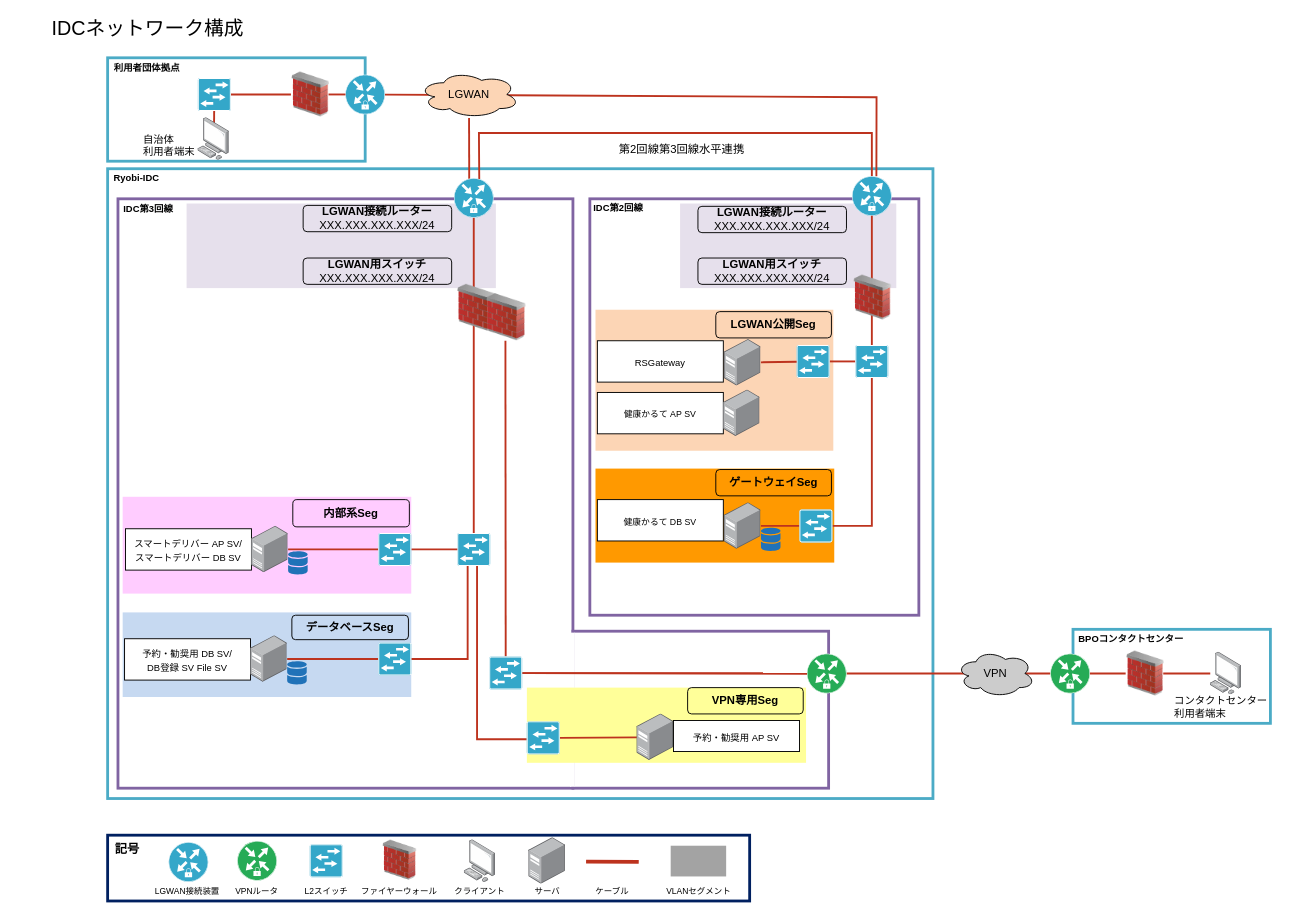
cloud-kenko-ryobi/drawio keeps this draw.io diagram as lgwan-asp.drawio. Above is the earlier version. Source tidied: cells renumbered, new cells numbered last; positions are measured from the earlier drawing's top-left corner, leaving out a move shared by most shapes. Both pictures are drawn from the tidied source at 94%, with x=0, y=0 at pixel (49, 20).
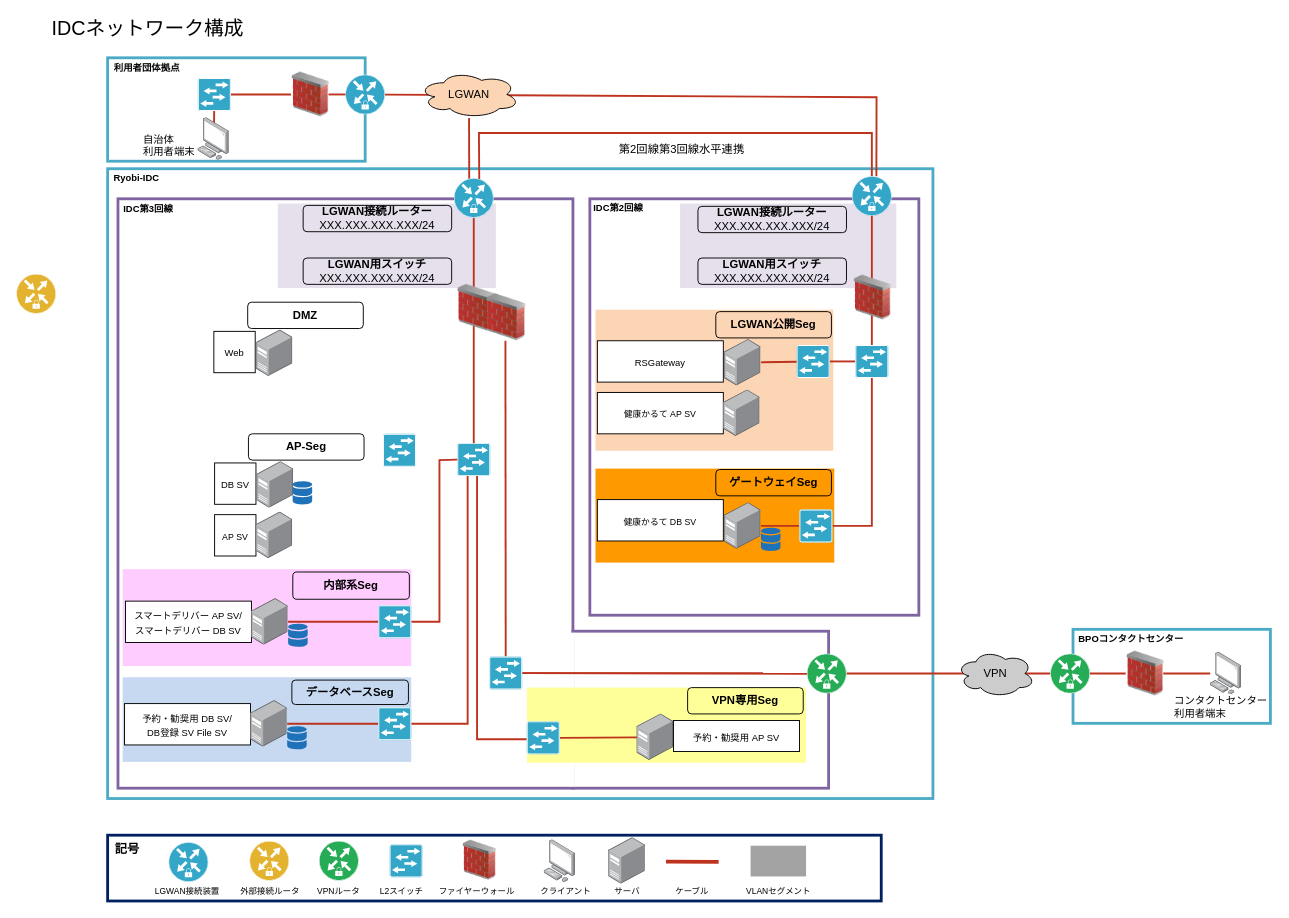
The same diagram, later.

Commit message:
add DMZ AP-Seg

Unchanged cells that the change refers to:
```xml
<mxCell id="4" style="group;" parent="2" vertex="1">
  <mxGeometry width="756" height="627" as="geometry" />
</mxCell>
```

The edit, as a diff of the source:
```diff
@@
     <mxCell id="8" style="rounded=0;whiteSpace=wrap;html=1;strokeColor=none;fillColor=#e6e0ec;" parent="4" vertex="1">
-      <mxGeometry x="73" y="5" width="329" height="90" as="geometry" />
+      <mxGeometry x="170" y="5" width="232" height="90" as="geometry" />
     </mxCell>
+    <mxCell id="118" value="&lt;b&gt;AP-Seg&lt;/b&gt;" style="rounded=1;whiteSpace=wrap;html=1;strokeWidth=1;fillColor=none;" parent="4" vertex="1">
+      <mxGeometry x="138.8" y="250" width="123" height="28" as="geometry" />
+    </mxCell>
+    <mxCell id="119" value="&lt;p style=&quot;line-height: normal ; margin: 0pt 0in ; text-indent: 0in ; direction: ltr ; unicode-bidi: embed ; word-break: normal&quot;&gt;&lt;span style=&quot;font-size: 7pt&quot;&gt;AP&lt;/span&gt;&lt;span style=&quot;font-size: 7pt&quot;&gt;&amp;nbsp;SV&lt;/span&gt;&lt;/p&gt;" style="rounded=0;whiteSpace=wrap;html=1;strokeColor=#000000;strokeWidth=1;fillColor=#FFFFFF;" parent="4" vertex="1">
+      <mxGeometry x="102.8" y="336" width="44" height="44" as="geometry" />
+    </mxCell>
+    <mxCell id="120" value="&lt;p style=&quot;line-height: normal ; margin: 0pt 0in ; text-indent: 0in ; direction: ltr ; unicode-bidi: embed ; word-break: normal&quot;&gt;&lt;font size=&quot;1&quot;&gt;DB SV&lt;/font&gt;&lt;/p&gt;" style="rounded=0;whiteSpace=wrap;html=1;strokeColor=#000000;strokeWidth=1;fillColor=#FFFFFF;" parent="4" vertex="1">
+      <mxGeometry x="102.8" y="281" width="44" height="44" as="geometry" />
+    </mxCell>
+    <mxCell id="121" style="html=1;align=center;shadow=0;dashed=0;image;image=img/lib/allied_telesis/computer_and_terminals/Server_Desktop.svg;strokeColor=#FFFFFF;strokeWidth=1;fillColor=#34A7C9;gradientColor=none;" parent="4" vertex="1">
+      <mxGeometry x="146.8" y="333.3" width="39" height="49.4" as="geometry" />
+    </mxCell>
+    <mxCell id="122" style="html=1;align=center;shadow=0;dashed=0;image;image=img/lib/allied_telesis/computer_and_terminals/Server_Desktop.svg;strokeColor=#FFFFFF;strokeWidth=1;fillColor=#34A7C9;gradientColor=none;" parent="4" vertex="1">
+      <mxGeometry x="147.8" y="279.6" width="39" height="49.4" as="geometry" />
+    </mxCell>
+    <mxCell id="123" style="shadow=0;dashed=0;html=1;strokeColor=none;labelPosition=center;verticalLabelPosition=bottom;verticalAlign=top;align=center;shape=mxgraph.office.databases.database_mini_2;fillColor=#2072B8;" parent="4" vertex="1">
+      <mxGeometry x="185.8" y="300.5" width="20.8" height="25" as="geometry" />
+    </mxCell>
+    <mxCell id="58" style="points=[[0.015,0.015,0],[0.985,0.015,0],[0.985,0.985,0],[0.015,0.985,0],[0.25,0,0],[0.5,0,0],[0.75,0,0],[1,0.25,0],[1,0.5,0],[1,0.75,0],[0.75,1,0],[0.5,1,0],[0.25,1,0],[0,0.75,0],[0,0.5,0],[0,0.25,0]];verticalLabelPosition=bottom;html=1;verticalAlign=top;align=center;shape=mxgraph.cisco19.rect;prIcon=l2_switch;strokeColor=#FFFFFF;fillColor=#34A7C9;" parent="4" vertex="1">
+      <mxGeometry x="361" y="260" width="35" height="35" as="geometry" />
+    </mxCell>
+    <mxCell id="124" style="verticalLabelPosition=bottom;html=1;verticalAlign=top;align=center;shape=mxgraph.cisco19.rect;prIcon=l2_switch;strokeColor=#FFFFFF;fillColor=#34A7C9;" parent="4" vertex="1">
+      <mxGeometry x="282" y="250" width="35" height="35" as="geometry" />
+    </mxCell>
+    <mxCell id="125" value="&lt;b&gt;DMZ&lt;/b&gt;" style="rounded=1;whiteSpace=wrap;html=1;strokeWidth=1;fillColor=none;" parent="4" vertex="1">
+      <mxGeometry x="138" y="110" width="123" height="28" as="geometry" />
+    </mxCell>
+    <mxCell id="126" value="&lt;p style=&quot;line-height: normal ; margin: 0pt 0in ; text-indent: 0in ; direction: ltr ; unicode-bidi: embed ; word-break: normal&quot;&gt;&lt;font size=&quot;1&quot;&gt;Web&lt;/font&gt;&lt;/p&gt;" style="rounded=0;whiteSpace=wrap;html=1;strokeColor=#000000;strokeWidth=1;fillColor=#FFFFFF;" parent="4" vertex="1">
+      <mxGeometry x="102" y="141" width="44" height="44" as="geometry" />
+    </mxCell>
+    <mxCell id="127" style="html=1;align=center;shadow=0;dashed=0;image;image=img/lib/allied_telesis/computer_and_terminals/Server_Desktop.svg;strokeColor=#FFFFFF;strokeWidth=1;fillColor=#34A7C9;gradientColor=none;" parent="4" vertex="1">
+      <mxGeometry x="147" y="139.6" width="39" height="49.4" as="geometry" />
+    </mxCell>
@@
     <mxCell id="16" style="rounded=0;whiteSpace=wrap;html=1;fillColor=#FFCCFF;strokeColor=none;" parent="1" vertex="1">
-      <mxGeometry x="78" y="507" width="307" height="103" as="geometry" />
+      <mxGeometry x="78" y="584" width="307" height="103" as="geometry" />
     </mxCell>
     <mxCell id="17" style="rounded=0;whiteSpace=wrap;html=1;strokeColor=none;fillColor=#c6d9f1;" parent="1" vertex="1">
-      <mxGeometry x="78" y="630" width="307" height="90" as="geometry" />
+      <mxGeometry x="78" y="699" width="307" height="90" as="geometry" />
     </mxCell>
     <mxCell id="18" style="rounded=0;whiteSpace=wrap;html=1;strokeWidth=3;strokeColor=#002060;" parent="1" vertex="1">
-      <mxGeometry x="62" y="867" width="683" height="70" as="geometry" />
+      <mxGeometry x="62" y="867" width="823" height="70" as="geometry" />
     </mxCell>
+    <mxCell id="128" style="verticalLabelPosition=bottom;html=1;verticalAlign=top;align=center;shape=mxgraph.cisco19.rect;prIcon=secure_router;strokeColor=#FFFFFF;fillColor=#E3B330;" parent="1" vertex="1">
+      <mxGeometry x="213" y="873.3" width="42" height="42" as="geometry" />
+    </mxCell>
+    <mxCell id="129" value="&lt;font style=&quot;font-size: 9px&quot;&gt;外部接続ルータ&lt;/font&gt;" style="text;html=1;strokeColor=none;fillColor=none;align=center;verticalAlign=middle;whiteSpace=wrap;rounded=0;" parent="1" vertex="1">
+      <mxGeometry x="195.1" y="917.5" width="79.8" height="16" as="geometry" />
+    </mxCell>
+    <mxCell id="130" style="verticalLabelPosition=bottom;html=1;verticalAlign=top;align=center;shape=mxgraph.cisco19.rect;prIcon=secure_router;strokeColor=#FFFFFF;fillColor=#E3B330;" parent="1" vertex="1">
+      <mxGeometry x="-35" y="270" width="42" height="42" as="geometry" />
+    </mxCell>
@@
     <mxCell id="22" value="&lt;b&gt;内部系Seg&lt;/b&gt;" style="rounded=1;whiteSpace=wrap;html=1;strokeWidth=1;fillColor=none;" parent="19" vertex="1">
-      <mxGeometry x="259" y="510" width="124" height="29" as="geometry" />
+      <mxGeometry x="259" y="587" width="124" height="29" as="geometry" />
     </mxCell>
     <mxCell id="23" value="&lt;b&gt;データベースSeg&lt;/b&gt;" style="rounded=1;whiteSpace=wrap;html=1;strokeWidth=1;fillColor=none;" parent="19" vertex="1">
-      <mxGeometry x="258" y="633" width="124" height="26" as="geometry" />
+      <mxGeometry x="258" y="702" width="124" height="26" as="geometry" />
     </mxCell>
@@
     <mxCell id="33" value="&lt;p style=&quot;line-height: normal ; margin: 0pt 0in ; text-indent: 0in ; direction: ltr ; unicode-bidi: embed ; word-break: normal&quot;&gt;&lt;font size=&quot;1&quot;&gt;予約・勧奨用 DB SV/&lt;br&gt;DB登録 SV File SV&lt;/font&gt;&lt;/p&gt;" style="rounded=0;whiteSpace=wrap;html=1;strokeColor=#000000;strokeWidth=1;fillColor=#FFFFFF;" parent="19" vertex="1">
-      <mxGeometry x="80" y="658" width="134" height="44" as="geometry" />
+      <mxGeometry x="80" y="727" width="134" height="44" as="geometry" />
     </mxCell>
     <mxCell id="34" value="&lt;p style=&quot;line-height: normal ; margin: 0pt 0in ; text-indent: 0in ; direction: ltr ; unicode-bidi: embed ; word-break: normal&quot;&gt;&lt;font size=&quot;1&quot;&gt;スマートデリバー AP SV/&lt;br&gt;スマートデリバー DB SV&lt;/font&gt;&lt;/p&gt;" style="rounded=0;whiteSpace=wrap;html=1;strokeColor=#000000;strokeWidth=1;fillColor=#FFFFFF;" parent="19" vertex="1">
-      <mxGeometry x="81" y="541" width="134" height="44" as="geometry" />
+      <mxGeometry x="81" y="618" width="134" height="44" as="geometry" />
     </mxCell>
@@
     <mxCell id="56" style="edgeStyle=orthogonalEdgeStyle;rounded=0;jettySize=auto;html=1;entryX=1;entryY=0.5;entryDx=0;entryDy=0;entryPerimeter=0;endArrow=none;endFill=0;strokeColor=#BD331E;strokeWidth=2;" parent="19" edge="1" source="58" target="62">
       <mxGeometry relative="1" as="geometry">
         <Array as="points">
-          <mxPoint x="445" y="680" />
+          <mxPoint x="445" y="749" />
         </Array>
       </mxGeometry>
     </mxCell>
@@
-    <mxCell id="58" style="points=[[0.015,0.015,0],[0.985,0.015,0],[0.985,0.985,0],[0.015,0.985,0],[0.25,0,0],[0.5,0,0],[0.75,0,0],[1,0.25,0],[1,0.5,0],[1,0.75,0],[0.75,1,0],[0.5,1,0],[0.25,1,0],[0,0.75,0],[0,0.5,0],[0,0.25,0]];verticalLabelPosition=bottom;html=1;verticalAlign=top;align=center;shape=mxgraph.cisco19.rect;prIcon=l2_switch;strokeColor=#FFFFFF;fillColor=#34A7C9;" parent="19" vertex="1">
-      <mxGeometry x="434" y="545.5" width="35" height="35" as="geometry" />
-    </mxCell>
     <mxCell id="59" style="edgeStyle=none;rounded=0;jettySize=auto;html=1;entryX=0;entryY=0.5;entryDx=0;entryDy=0;entryPerimeter=0;endArrow=none;endFill=0;strokeColor=#BD331E;strokeWidth=2;" parent="19" edge="1" source="60" target="58">
-      <mxGeometry relative="1" as="geometry" />
+      <mxGeometry relative="1" as="geometry">
+        <Array as="points">
+          <mxPoint x="415" y="640" />
+          <mxPoint x="415" y="468" />
+        </Array>
+      </mxGeometry>
     </mxCell>
     <mxCell id="60" style="points=[[0.015,0.015,0],[0.985,0.015,0],[0.985,0.985,0],[0.015,0.985,0],[0.25,0,0],[0.5,0,0],[0.75,0,0],[1,0.25,0],[1,0.5,0],[1,0.75,0],[0.75,1,0],[0.5,1,0],[0.25,1,0],[0,0.75,0],[0,0.5,0],[0,0.25,0]];verticalLabelPosition=bottom;html=1;verticalAlign=top;align=center;shape=mxgraph.cisco19.rect;prIcon=l2_switch;strokeColor=#FFFFFF;fillColor=#34A7C9;" parent="19" vertex="1">
-      <mxGeometry x="350" y="545.5" width="35" height="35" as="geometry" />
+      <mxGeometry x="350" y="622.5" width="35" height="35" as="geometry" />
     </mxCell>
@@
     <mxCell id="62" style="points=[[0.015,0.015,0],[0.985,0.015,0],[0.985,0.985,0],[0.015,0.985,0],[0.25,0,0],[0.5,0,0],[0.75,0,0],[1,0.25,0],[1,0.5,0],[1,0.75,0],[0.75,1,0],[0.5,1,0],[0.25,1,0],[0,0.75,0],[0,0.5,0],[0,0.25,0]];verticalLabelPosition=bottom;html=1;verticalAlign=top;align=center;shape=mxgraph.cisco19.rect;prIcon=l2_switch;strokeColor=#FFFFFF;fillColor=#34A7C9;" parent="19" vertex="1">
-      <mxGeometry x="350" y="662" width="35" height="35" as="geometry" />
+      <mxGeometry x="350" y="731" width="35" height="35" as="geometry" />
     </mxCell>
@@
     <mxCell id="89" style="verticalLabelPosition=bottom;html=1;verticalAlign=top;align=center;shape=mxgraph.cisco19.rect;prIcon=l2_switch;strokeColor=#FFFFFF;fillColor=#34A7C9;" parent="19" vertex="1">
-      <mxGeometry x="277" y="876.8" width="35" height="35" as="geometry" />
+      <mxGeometry x="362" y="876.8" width="35" height="35" as="geometry" />
     </mxCell>
     <mxCell id="90" style="html=1;align=center;shadow=0;dashed=0;image;image=img/lib/allied_telesis/computer_and_terminals/Server_Desktop.svg;strokeColor=#FFFFFF;strokeWidth=1;fillColor=#34A7C9;gradientColor=none;" parent="19" vertex="1">
-      <mxGeometry x="510" y="869.6" width="39" height="49.4" as="geometry" />
+      <mxGeometry x="595" y="869.6" width="39" height="49.4" as="geometry" />
     </mxCell>
     <mxCell id="91" style="verticalLabelPosition=bottom;html=1;verticalAlign=top;align=center;shape=mxgraph.cisco19.rect;prIcon=secure_router;strokeColor=#FFFFFF;fillColor=#26AB56;" parent="19" vertex="1">
-      <mxGeometry x="200" y="873.3" width="42" height="42" as="geometry" />
+      <mxGeometry x="287" y="873.3" width="42" height="42" as="geometry" />
     </mxCell>
     <mxCell id="92" style="image;html=1;image=img/lib/clip_art/networking/Firewall_02_128x128.png;strokeColor=#FFFFFF;strokeWidth=1;fillColor=#34A7C9;gradientColor=none;flipH=1;" parent="19" vertex="1">
-      <mxGeometry x="354" y="871.3" width="35.8" height="44.7" as="geometry" />
+      <mxGeometry x="439" y="871.3" width="35.8" height="44.7" as="geometry" />
     </mxCell>
     <mxCell id="93" style="edgeStyle=none;rounded=0;orthogonalLoop=1;jettySize=auto;html=1;endArrow=none;endFill=0;strokeColor=#BD331E;strokeWidth=4;sourcePerimeterSpacing=0;" parent="19" edge="1">
       <mxGeometry relative="1" as="geometry">
-        <mxPoint x="571" y="895" as="sourcePoint" />
-        <mxPoint x="627" y="895.4" as="targetPoint" />
+        <mxPoint x="656" y="895" as="sourcePoint" />
+        <mxPoint x="712" y="895.4" as="targetPoint" />
       </mxGeometry>
     </mxCell>
     <mxCell id="94" style="rounded=0;whiteSpace=wrap;html=1;strokeWidth=1;gradientColor=none;strokeColor=none;fillColor=#A3A3A3;" parent="19" vertex="1">
-      <mxGeometry x="661" y="878.2" width="59" height="32.7" as="geometry" />
+      <mxGeometry x="746" y="878.2" width="59" height="32.7" as="geometry" />
     </mxCell>
@@
     <mxCell id="96" style="points=[];html=1;align=center;shadow=0;dashed=0;image;image=img/lib/allied_telesis/computer_and_terminals/Server_Desktop.svg;strokeColor=#FFFFFF;strokeWidth=1;fillColor=#34A7C9;gradientColor=none;" parent="19" vertex="1">
-      <mxGeometry x="214" y="654.8" width="39" height="49.4" as="geometry" />
+      <mxGeometry x="214" y="723.8" width="39" height="49.4" as="geometry" />
     </mxCell>
     <mxCell id="97" style="points=[];html=1;align=center;shadow=0;dashed=0;image;image=img/lib/allied_telesis/computer_and_terminals/Server_Desktop.svg;strokeColor=#FFFFFF;strokeWidth=1;fillColor=#34A7C9;gradientColor=none;" parent="19" vertex="1">
-      <mxGeometry x="215" y="538.3" width="39" height="49.4" as="geometry" />
+      <mxGeometry x="215" y="615.3" width="39" height="49.4" as="geometry" />
     </mxCell>
@@
     <mxCell id="99" style="shadow=0;dashed=0;html=1;strokeColor=none;labelPosition=center;verticalLabelPosition=bottom;verticalAlign=top;align=center;shape=mxgraph.office.databases.database_mini_2;fillColor=#2072B8;" parent="19" vertex="1">
-      <mxGeometry x="254" y="565" width="20.8" height="25" as="geometry" />
+      <mxGeometry x="254" y="642" width="20.8" height="25" as="geometry" />
     </mxCell>
     <mxCell id="100" style="shadow=0;dashed=0;html=1;strokeColor=none;labelPosition=center;verticalLabelPosition=bottom;verticalAlign=top;align=center;shape=mxgraph.office.databases.database_mini_2;fillColor=#2072B8;" parent="19" vertex="1">
-      <mxGeometry x="253" y="682" width="20.8" height="25" as="geometry" />
+      <mxGeometry x="253" y="751" width="20.8" height="25" as="geometry" />
     </mxCell>
@@
     <mxCell id="103" style="html=1;align=center;shadow=0;dashed=0;image;image=img/lib/allied_telesis/computer_and_terminals/Personal_Computer.svg;strokeColor=#FFFFFF;strokeWidth=1;fillColor=#A3A3A3;gradientColor=none;" parent="19" vertex="1">
-      <mxGeometry x="441.3" y="871.9" width="33.5" height="45.3" as="geometry" />
+      <mxGeometry x="526.3" y="871.9" width="33.5" height="45.3" as="geometry" />
     </mxCell>
@@
     <mxCell id="111" value="&lt;font style=&quot;font-size: 9px&quot;&gt;VPNルータ&lt;/font&gt;" style="text;html=1;strokeColor=none;fillColor=none;align=center;verticalAlign=middle;whiteSpace=wrap;rounded=0;" parent="19" vertex="1">
-      <mxGeometry x="194.2" y="917.5" width="53.5" height="16" as="geometry" />
+      <mxGeometry x="281.2" y="917.5" width="53.5" height="16" as="geometry" />
     </mxCell>
     <mxCell id="112" value="&lt;font style=&quot;font-size: 9px&quot;&gt;L2スイッチ&lt;/font&gt;" style="text;html=1;strokeColor=none;fillColor=none;align=center;verticalAlign=middle;whiteSpace=wrap;rounded=0;" parent="19" vertex="1">
-      <mxGeometry x="270.2" y="917.5" width="49.5" height="16" as="geometry" />
+      <mxGeometry x="345" y="917.5" width="59.8" height="16" as="geometry" />
     </mxCell>
     <mxCell id="113" value="&lt;font style=&quot;font-size: 9px&quot;&gt;ファイヤーウォール&lt;/font&gt;" style="text;html=1;strokeColor=none;fillColor=none;align=center;verticalAlign=middle;whiteSpace=wrap;rounded=0;" parent="19" vertex="1">
-      <mxGeometry x="330" y="917.5" width="85" height="16" as="geometry" />
+      <mxGeometry x="405" y="917.5" width="100" height="16" as="geometry" />
     </mxCell>
     <mxCell id="114" value="&lt;font style=&quot;font-size: 9px&quot;&gt;クライアント&lt;/font&gt;" style="text;html=1;strokeColor=none;fillColor=none;align=center;verticalAlign=middle;whiteSpace=wrap;rounded=0;" parent="19" vertex="1">
-      <mxGeometry x="429" y="917.5" width="58" height="16" as="geometry" />
+      <mxGeometry x="514" y="917.5" width="71" height="16" as="geometry" />
     </mxCell>
     <mxCell id="115" value="&lt;font style=&quot;font-size: 9px&quot;&gt;サーバ&lt;/font&gt;" style="text;html=1;strokeColor=none;fillColor=none;align=center;verticalAlign=middle;whiteSpace=wrap;rounded=0;" parent="19" vertex="1">
-      <mxGeometry x="512.5" y="917.5" width="34" height="16" as="geometry" />
+      <mxGeometry x="597.5" y="917.5" width="34" height="16" as="geometry" />
     </mxCell>
     <mxCell id="116" value="&lt;font style=&quot;font-size: 9px&quot;&gt;ケーブル&lt;/font&gt;" style="text;html=1;strokeColor=none;fillColor=none;align=center;verticalAlign=middle;whiteSpace=wrap;rounded=0;" parent="19" vertex="1">
-      <mxGeometry x="573.8" y="917.5" width="50" height="16" as="geometry" />
+      <mxGeometry x="658.8" y="917.5" width="50" height="16" as="geometry" />
     </mxCell>
     <mxCell id="117" value="&lt;font style=&quot;font-size: 9px&quot;&gt;VLANセグメント&lt;/font&gt;" style="text;html=1;strokeColor=none;fillColor=none;align=center;verticalAlign=middle;whiteSpace=wrap;rounded=0;" parent="19" vertex="1">
-      <mxGeometry x="648.8" y="917.5" width="83.5" height="16" as="geometry" />
+      <mxGeometry x="733.8" y="917.5" width="83.5" height="16" as="geometry" />
     </mxCell>
```
